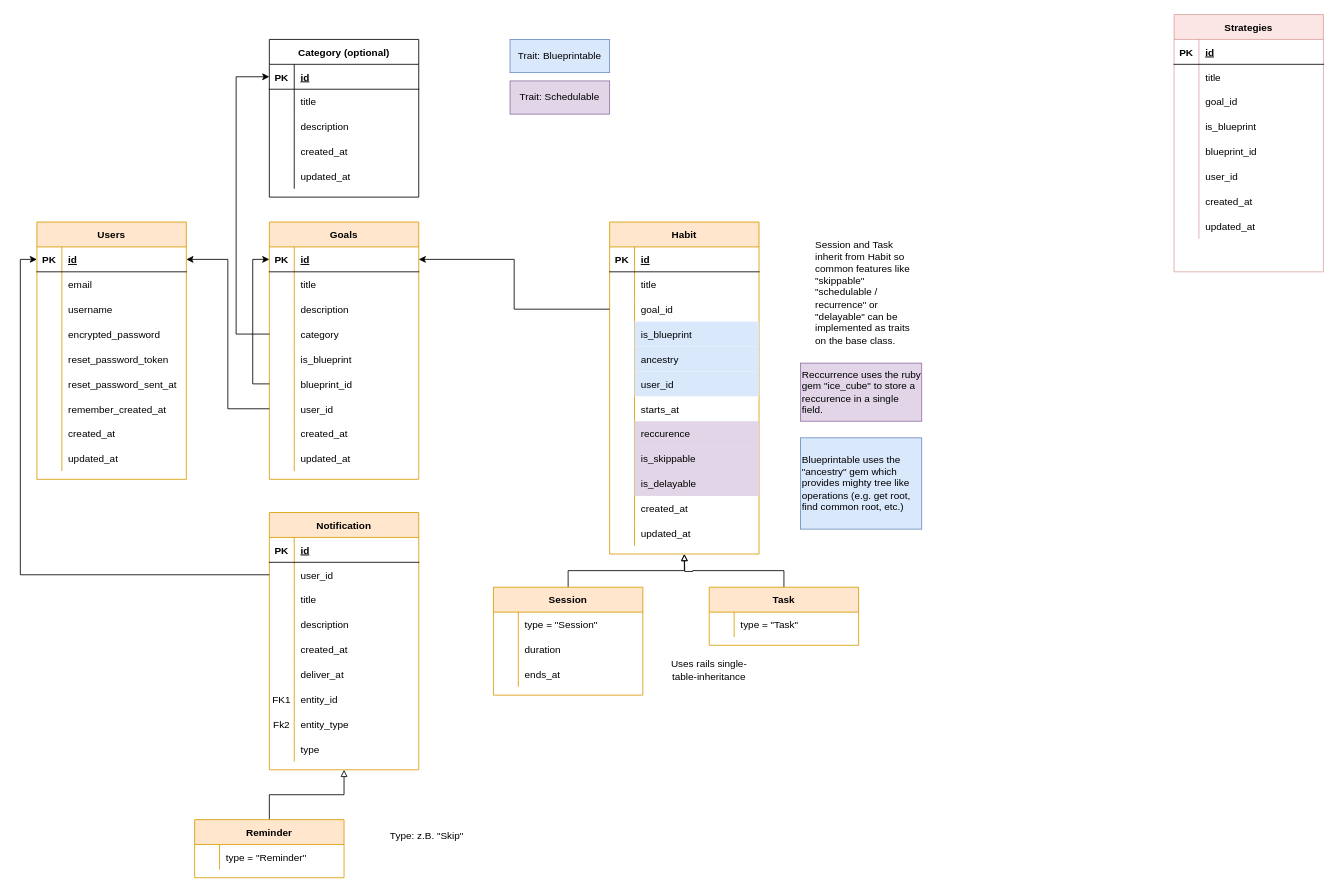
Before: reqs/DB Model.drawio in AlexanderLill/yahtapp-web, a draw.io diagram. Source tidied: cells renumbered, new cells numbered last; positions are measured from the earlier drawing's top-left corner, leaving out a move shared by most shapes. Both pictures are drawn from the tidied source at 83%, with x=0, y=0 at pixel (37, 14).
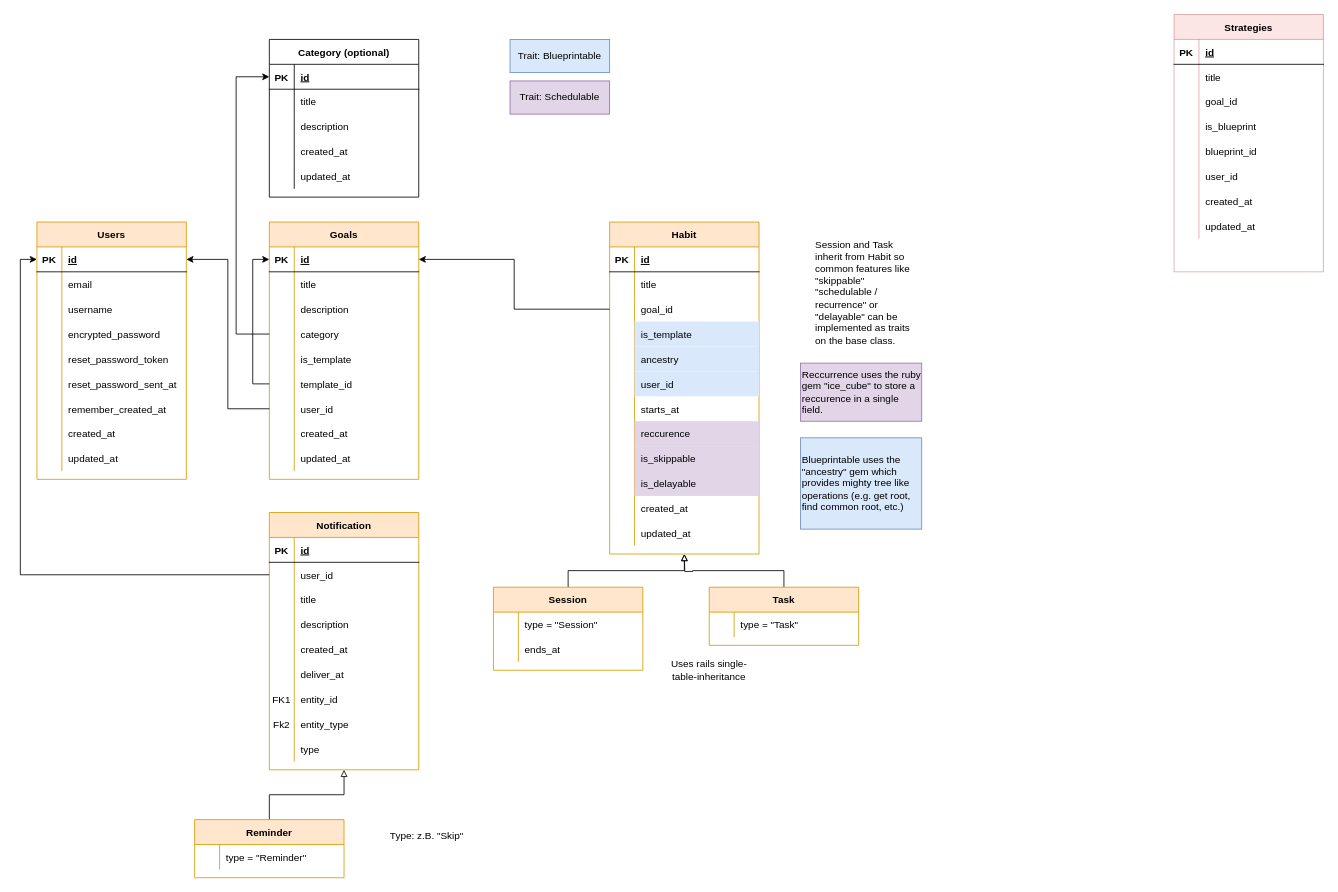
The same diagram, later.

Commit message (it also covers changes not shown here):
Add Goal model and migration

Unchanged cells that the change refers to:
```xml
<mxCell id="43" style="shape=partialRectangle;fillColor=none;top=0;left=0;bottom=0;right=0;" parent="30" vertex="1">
  <mxGeometry y="150" width="180" height="30" as="geometry" />
</mxCell>
<mxCell id="47" style="shape=partialRectangle;fillColor=none;top=0;left=0;bottom=0;right=0;points=[[0,0.5],[1,0.5]];portConstraint=eastwest;" parent="30" vertex="1">
  <mxGeometry y="180" width="180" height="30" as="geometry" />
</mxCell>
<mxCell id="94" style="shape=partialRectangle;fillColor=none;top=0;left=0;bottom=0;right=0;" parent="84" vertex="1">
  <mxGeometry y="120" width="180" height="30" as="geometry" />
</mxCell>
```

What changed in the source:
```diff
@@
-    <mxCell id="45" value="is_blueprint" style="shape=partialRectangle;top=0;left=0;bottom=0;right=0;align=left;spacingLeft=6;overflow=hidden;fillColor=none;" parent="43" vertex="1">
+    <mxCell id="45" value="is_template" style="shape=partialRectangle;top=0;left=0;bottom=0;right=0;align=left;spacingLeft=6;overflow=hidden;fillColor=none;" parent="43" vertex="1">
       <mxGeometry x="30" width="150" height="30" as="geometry" />
     </mxCell>
@@
-    <mxCell id="49" value="blueprint_id" style="shape=partialRectangle;top=0;left=0;bottom=0;right=0;align=left;spacingLeft=6;overflow=hidden;fillColor=none;" parent="47" vertex="1">
+    <mxCell id="49" value="template_id" style="shape=partialRectangle;top=0;left=0;bottom=0;right=0;align=left;spacingLeft=6;overflow=hidden;fillColor=none;" parent="47" vertex="1">
       <mxGeometry x="30" width="150" height="30" as="geometry" />
     </mxCell>
@@
-    <mxCell id="96" value="is_blueprint" style="shape=partialRectangle;fillColor=#dae8fc;top=0;left=0;bottom=0;right=0;align=left;spacingLeft=6;overflow=hidden;strokeColor=#6c8ebf;" parent="94" vertex="1">
+    <mxCell id="96" value="is_template" style="shape=partialRectangle;fillColor=#dae8fc;top=0;left=0;bottom=0;right=0;align=left;spacingLeft=6;overflow=hidden;strokeColor=#6c8ebf;" parent="94" vertex="1">
       <mxGeometry x="30" width="150" height="30" as="geometry" />
     </mxCell>
@@
     <mxCell id="170" value="Session" style="shape=table;startSize=30;childLayout=tableLayout;rowLines=0;fontStyle=1;align=center;fillColor=#ffe6cc;strokeColor=#d79b00;" parent="1" vertex="1">
-      <mxGeometry x="550" y="690" width="180" height="130" as="geometry" />
+      <mxGeometry x="550" y="690" width="180" height="100" as="geometry" />
     </mxCell>
@@
-    <mxCell id="174" style="shape=partialRectangle;fillColor=none;top=0;left=0;bottom=0;right=0;" parent="170" vertex="1">
-      <mxGeometry y="60" width="180" height="30" as="geometry" />
-    </mxCell>
-    <mxCell id="175" style="shape=partialRectangle;fillColor=none;top=0;left=0;bottom=0;right=0;overflow=hidden;" parent="174" vertex="1">
-      <mxGeometry width="30" height="30" as="geometry" />
-    </mxCell>
-    <mxCell id="176" value="duration" style="shape=partialRectangle;fillColor=none;top=0;left=0;bottom=0;right=0;align=left;spacingLeft=6;overflow=hidden;" parent="174" vertex="1">
-      <mxGeometry x="30" width="150" height="30" as="geometry" />
-    </mxCell>
     <mxCell id="177" style="shape=partialRectangle;fillColor=none;top=0;left=0;bottom=0;right=0;" parent="170" vertex="1">
-      <mxGeometry y="90" width="180" height="30" as="geometry" />
+      <mxGeometry y="60" width="180" height="30" as="geometry" />
     </mxCell>
```
